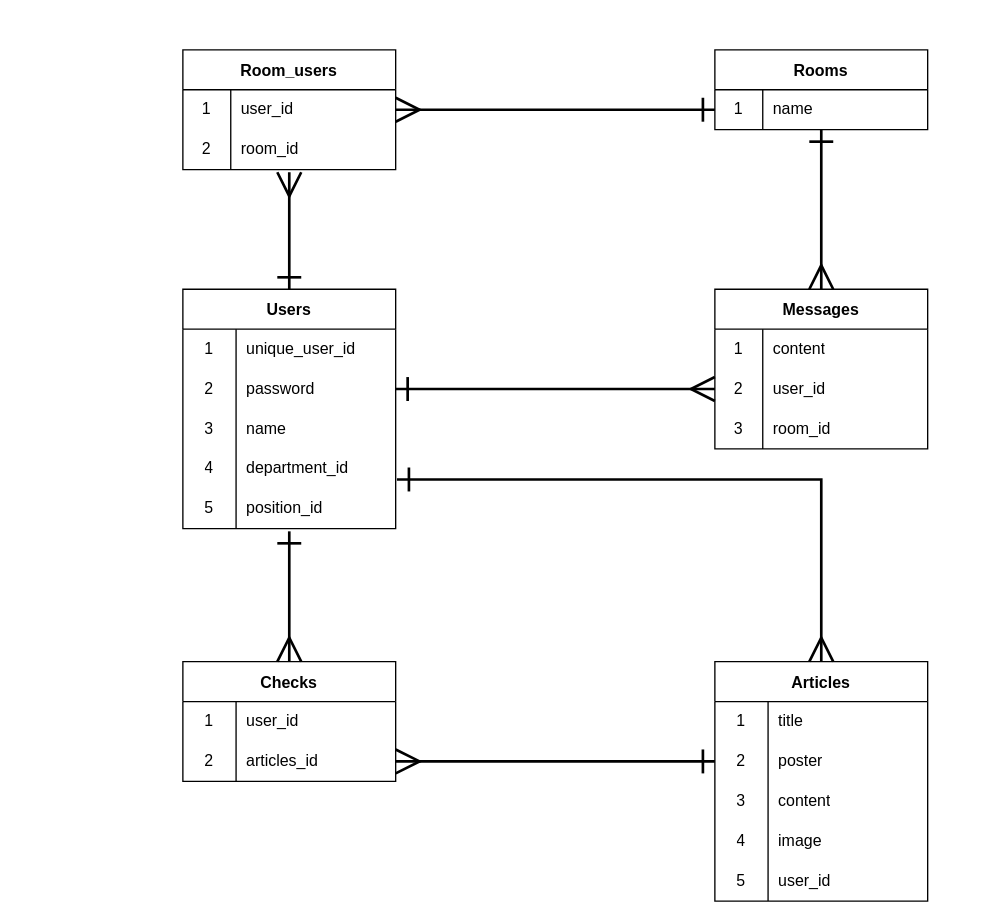
Before: er.dio in iwataka123/amaterus, a draw.io diagram. Source tidied: cells renumbered, new cells numbered last; positions are measured from the earlier drawing's top-left corner, leaving out a move shared by most shapes. Both pictures are drawn from the tidied source at 133%, with x=0, y=0 at pixel (182, 49).
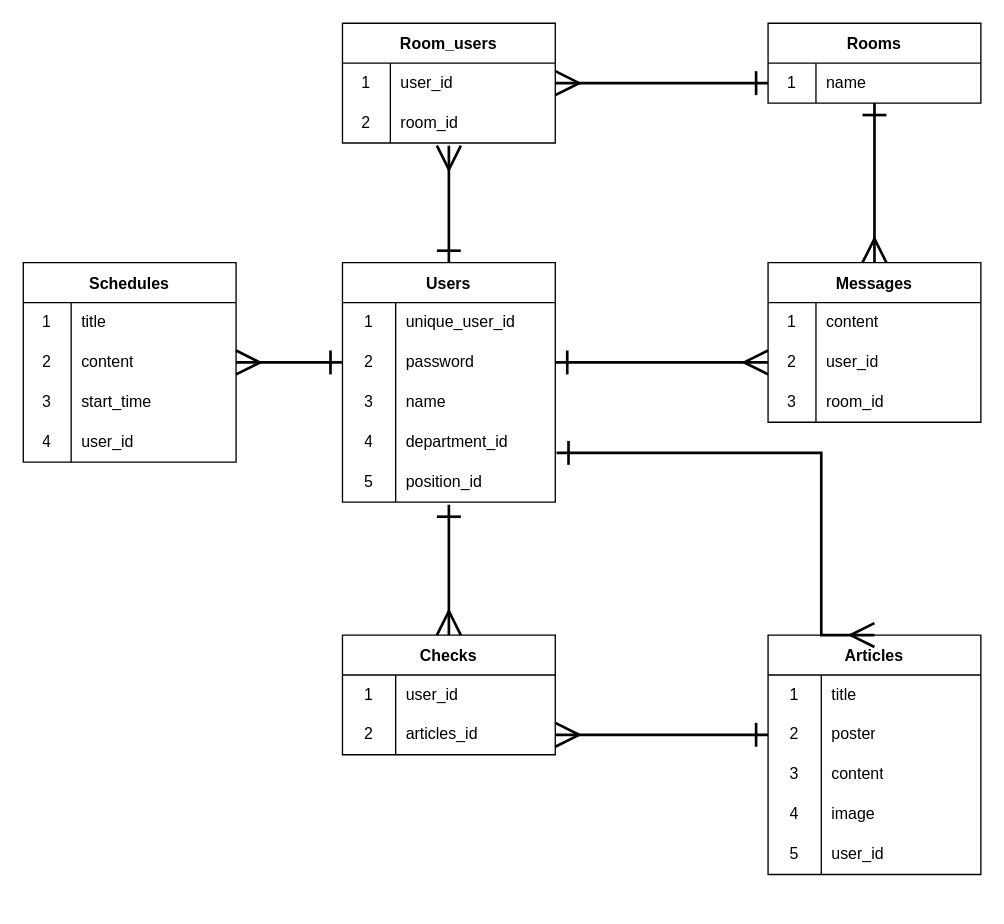
The same diagram, later.

Commit message (it also covers changes not shown here):
ER図、README追記

The change refers to these unchanged cells:
```xml
<mxCell id="12" style="shape=tableRow;horizontal=0;startSize=0;swimlaneHead=0;swimlaneBody=0;top=0;left=0;bottom=0;right=0;fillColor=none;points=[[0,0.5],[1,0.5]];portConstraint=eastwest;" parent="2" vertex="1">
  <mxGeometry y="120" width="160" height="30" as="geometry" />
</mxCell>
<mxCell id="64" style="shape=tableRow;horizontal=0;startSize=0;swimlaneHead=0;swimlaneBody=0;top=0;left=0;bottom=0;right=0;fillColor=none;points=[[0,0.5],[1,0.5]];portConstraint=eastwest;" parent="60" vertex="1">
  <mxGeometry y="60" width="160" height="30" as="geometry" />
</mxCell>
```

The edit, as a diff of the source:
```diff
@@
     <mxCell id="2" value="Users" style="shape=table;startSize=30;childLayout=tableLayout;rowLines=0;fontStyle=1;" parent="1" vertex="1">
-      <mxGeometry y="180" width="160" height="180" as="geometry" />
+      <mxGeometry x="120" y="160" width="160" height="180" as="geometry" />
     </mxCell>
@@
     <mxCell id="18" value="Articles" style="shape=table;startSize=30;childLayout=tableLayout;rowLines=0;fontStyle=1;" parent="1" vertex="1">
-      <mxGeometry x="400" y="460" width="160" height="180" as="geometry" />
+      <mxGeometry x="440" y="440" width="160" height="180" as="geometry" />
     </mxCell>
@@
     <mxCell id="34" value="Checks" style="shape=table;startSize=30;childLayout=tableLayout;rowLines=0;fontStyle=1;" parent="1" vertex="1">
-      <mxGeometry y="460" width="160" height="90" as="geometry" />
+      <mxGeometry x="120" y="440" width="160" height="90" as="geometry" />
     </mxCell>
@@
     <mxCell id="43" value="Messages" style="shape=table;startSize=30;childLayout=tableLayout;rowLines=0;fontStyle=1;" parent="1" vertex="1">
-      <mxGeometry x="400" y="180" width="160" height="120" as="geometry" />
+      <mxGeometry x="440" y="160" width="160" height="120" as="geometry" />
     </mxCell>
@@
     <mxCell id="53" value="Rooms" style="shape=table;startSize=30;childLayout=tableLayout;rowLines=0;fontStyle=1;" parent="1" vertex="1">
-      <mxGeometry x="400" width="160" height="60" as="geometry" />
+      <mxGeometry x="440" y="-20" width="160" height="60" as="geometry" />
     </mxCell>
@@
     <mxCell id="59" style="edgeStyle=elbowEdgeStyle;elbow=horizontal;endArrow=ERmany;html=1;curved=0;rounded=0;endSize=15;startSize=15;strokeWidth=2;exitX=1.006;exitY=0.767;exitDx=0;exitDy=0;exitPerimeter=0;entryX=0.5;entryY=0;entryDx=0;entryDy=0;endFill=0;startArrow=ERone;startFill=0;" parent="1" edge="1" source="12" target="18">
       <mxGeometry relative="1" as="geometry">
         <Array as="points">
-          <mxPoint x="480" y="370" />
-          <mxPoint x="340" y="390" />
-          <mxPoint x="340" y="390" />
-          <mxPoint x="320" y="370" />
+          <mxPoint x="480" y="360" />
+          <mxPoint x="340" y="380" />
+          <mxPoint x="340" y="380" />
+          <mxPoint x="320" y="360" />
         </Array>
       </mxGeometry>
     </mxCell>
     <mxCell id="60" value="Room_users" style="shape=table;startSize=30;childLayout=tableLayout;rowLines=0;fontStyle=1;" parent="1" vertex="1">
-      <mxGeometry width="160" height="90" as="geometry" />
+      <mxGeometry x="120" y="-20" width="160" height="90" as="geometry" />
     </mxCell>
@@
     <mxCell id="68" style="edgeStyle=elbowEdgeStyle;elbow=horizontal;endArrow=ERmany;html=1;curved=0;rounded=0;endSize=15;startSize=15;strokeWidth=2;exitX=0.5;exitY=0;exitDx=0;exitDy=0;entryX=0.494;entryY=1.067;entryDx=0;entryDy=0;entryPerimeter=0;endFill=0;startArrow=ERone;startFill=0;" parent="1" edge="1" source="2" target="64">
       <mxGeometry relative="1" as="geometry">
         <Array as="points">
-          <mxPoint x="80" y="120" />
+          <mxPoint x="200" y="120" />
         </Array>
       </mxGeometry>
     </mxCell>
+    <mxCell id="69" value="Schedules" style="shape=table;startSize=30;childLayout=tableLayout;rowLines=0;fontStyle=1;" parent="1" vertex="1">
+      <mxGeometry x="-120" y="160" width="160" height="150" as="geometry" />
+    </mxCell>
+    <mxCell id="70" style="shape=tableRow;horizontal=0;startSize=0;swimlaneHead=0;swimlaneBody=0;top=0;left=0;bottom=0;right=0;fillColor=none;" parent="69" vertex="1">
+      <mxGeometry y="30" width="160" height="30" as="geometry" />
+    </mxCell>
+    <mxCell id="71" value="1" style="shape=partialRectangle;html=1;whiteSpace=wrap;fillColor=none;top=0;left=0;bottom=0;right=0;overflow=hidden;" parent="70" vertex="1">
+      <mxGeometry width="36" height="30" as="geometry" />
+    </mxCell>
+    <mxCell id="72" value="title" style="shape=partialRectangle;html=1;whiteSpace=wrap;fillColor=none;top=0;left=0;bottom=0;right=0;align=left;spacingLeft=6;overflow=hidden;" parent="70" vertex="1">
+      <mxGeometry x="36" width="124" height="30" as="geometry" />
+    </mxCell>
+    <mxCell id="73" style="shape=tableRow;horizontal=0;startSize=0;swimlaneHead=0;swimlaneBody=0;top=0;left=0;bottom=0;right=0;fillColor=none;" parent="69" vertex="1">
+      <mxGeometry y="60" width="160" height="30" as="geometry" />
+    </mxCell>
+    <mxCell id="74" value="2" style="shape=partialRectangle;html=1;whiteSpace=wrap;fillColor=none;top=0;left=0;bottom=0;right=0;overflow=hidden;" parent="73" vertex="1">
+      <mxGeometry width="36" height="30" as="geometry" />
+    </mxCell>
+    <mxCell id="75" value="content" style="shape=partialRectangle;html=1;whiteSpace=wrap;fillColor=none;top=0;left=0;bottom=0;right=0;align=left;spacingLeft=6;overflow=hidden;" parent="73" vertex="1">
+      <mxGeometry x="36" width="124" height="30" as="geometry" />
+    </mxCell>
+    <mxCell id="76" style="shape=tableRow;horizontal=0;startSize=0;swimlaneHead=0;swimlaneBody=0;top=0;left=0;bottom=0;right=0;fillColor=none;" parent="69" vertex="1">
+      <mxGeometry y="90" width="160" height="30" as="geometry" />
+    </mxCell>
+    <mxCell id="77" value="3" style="shape=partialRectangle;html=1;whiteSpace=wrap;fillColor=none;top=0;left=0;bottom=0;right=0;overflow=hidden;" parent="76" vertex="1">
+      <mxGeometry width="36" height="30" as="geometry" />
+    </mxCell>
+    <mxCell id="78" value="start_time" style="shape=partialRectangle;html=1;whiteSpace=wrap;fillColor=none;top=0;left=0;bottom=0;right=0;align=left;spacingLeft=6;overflow=hidden;" parent="76" vertex="1">
+      <mxGeometry x="36" width="124" height="30" as="geometry" />
+    </mxCell>
+    <mxCell id="79" style="shape=tableRow;horizontal=0;startSize=0;swimlaneHead=0;swimlaneBody=0;top=0;left=0;bottom=0;right=0;fillColor=none;" parent="69" vertex="1">
+      <mxGeometry y="120" width="160" height="30" as="geometry" />
+    </mxCell>
+    <mxCell id="80" value="4" style="shape=partialRectangle;html=1;whiteSpace=wrap;fillColor=none;top=0;left=0;bottom=0;right=0;overflow=hidden;" parent="79" vertex="1">
+      <mxGeometry width="36" height="30" as="geometry" />
+    </mxCell>
+    <mxCell id="81" value="user_id" style="shape=partialRectangle;html=1;whiteSpace=wrap;fillColor=none;top=0;left=0;bottom=0;right=0;align=left;spacingLeft=6;overflow=hidden;" parent="79" vertex="1">
+      <mxGeometry x="36" width="124" height="30" as="geometry" />
+    </mxCell>
+    <mxCell id="82" style="edgeStyle=elbowEdgeStyle;elbow=horizontal;endArrow=ERmany;html=1;curved=0;rounded=0;endSize=15;startSize=15;strokeWidth=2;entryX=1;entryY=0.5;entryDx=0;entryDy=0;endFill=0;startArrow=ERone;startFill=0;" parent="1" edge="1">
+      <mxGeometry relative="1" as="geometry">
+        <mxPoint x="120" y="235" as="sourcePoint" />
+        <mxPoint x="40" y="235" as="targetPoint" />
+      </mxGeometry>
+    </mxCell>
```
